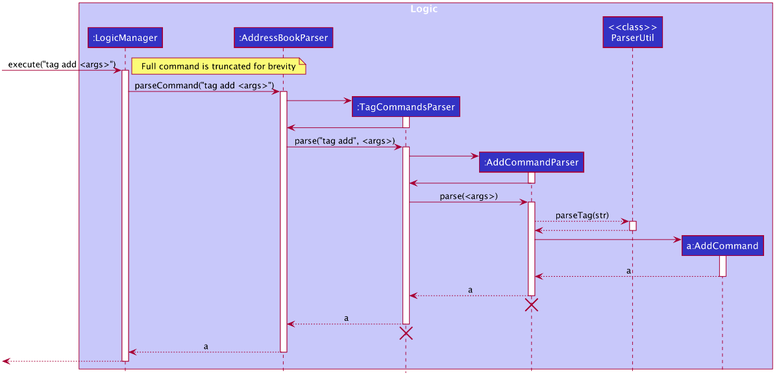
This is docs/images/TagAddSequenceDiagram.png from sebastiantoh/tp, a PlantUML export, as it was before one commit. Its source is kept beside it as docs/diagrams/TagAddSequenceDiagram.puml.
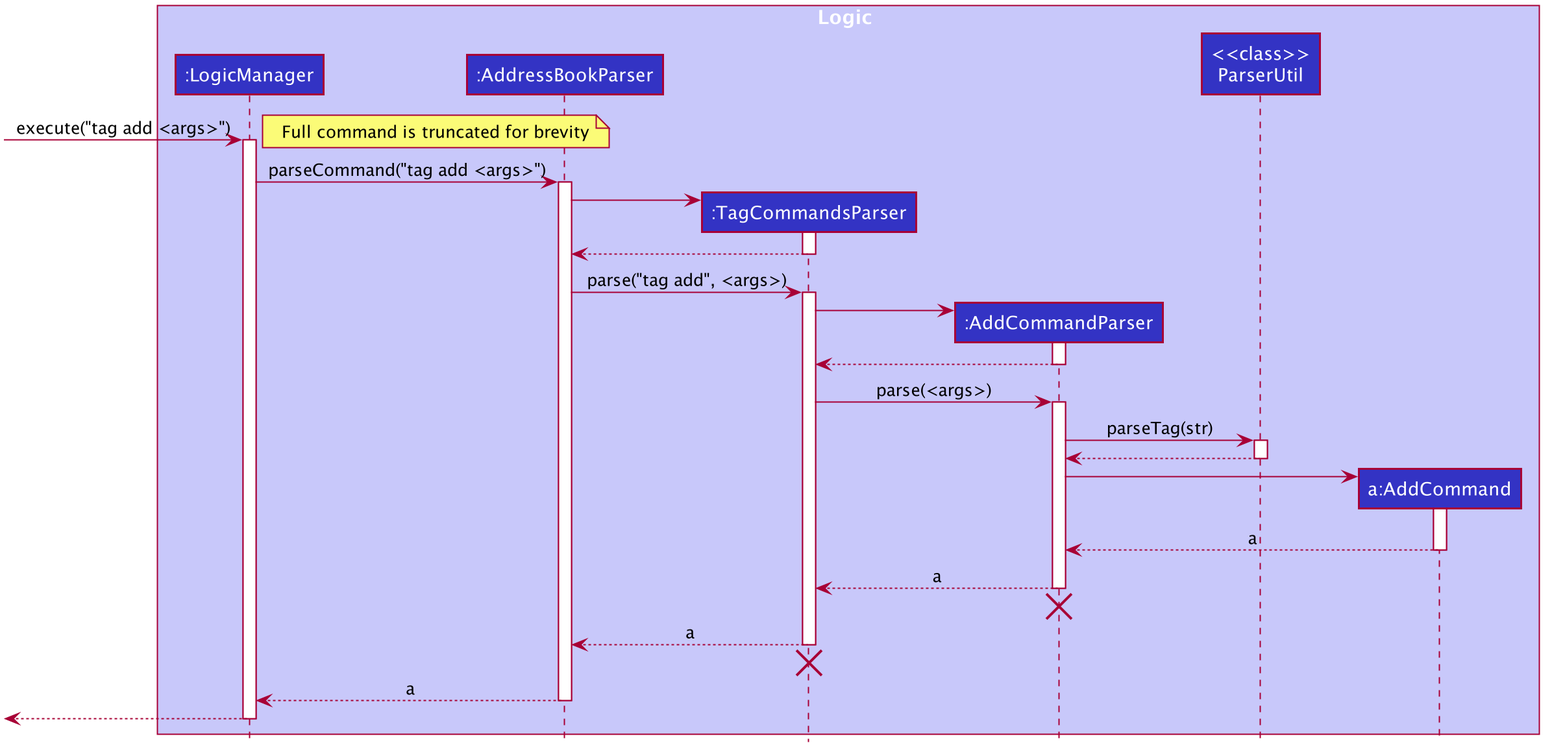
After the commit.

What changed in the source:
```diff
@@ -21,7 +21,7 @@
 AddressBookParser -> TagCommandsParser
 activate TagCommandsParser
 
-TagCommandsParser -> AddressBookParser
+TagCommandsParser --> AddressBookParser
 deactivate TagCommandsParser
 
 AddressBookParser -> TagCommandsParser : parse("tag add", <args>)
@@ -31,13 +31,13 @@
 TagCommandsParser -> AddCommandParser
 activate AddCommandParser
 
-AddCommandParser -> TagCommandsParser
+AddCommandParser --> TagCommandsParser
 deactivate AddCommandParser
 
 TagCommandsParser -> AddCommandParser : parse(<args>)
 activate AddCommandParser
 
-AddCommandParser --> ParserUtil : parseTag(str)
+AddCommandParser -> ParserUtil : parseTag(str)
 activate ParserUtil
 
 ParserUtil --> AddCommandParser
```
